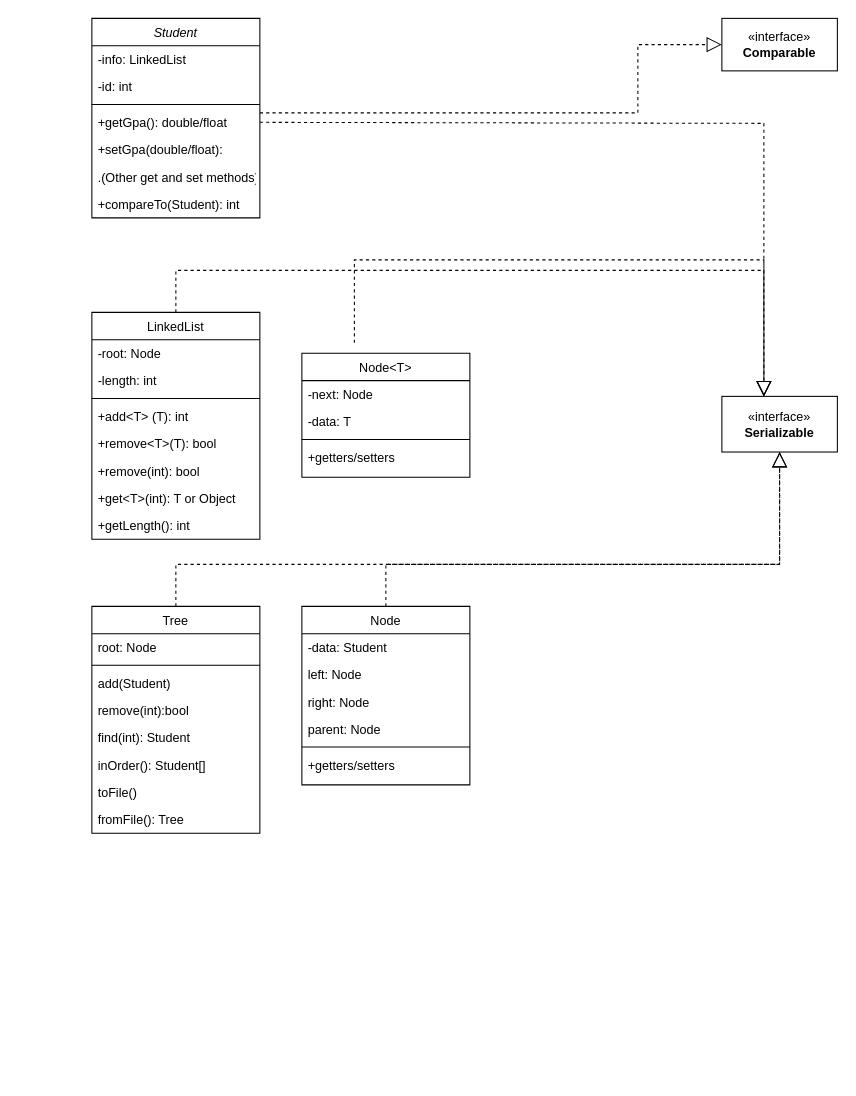
Earlier version of the draw.io diagram DSA Project UML.drawio (Pearow/DSA-Project). Source tidied: cells renumbered, new cells numbered last; positions are measured from the earlier drawing's top-left corner, leaving out a move shared by most shapes. Both pictures are drawn from the tidied source at 105%, with x=0, y=0 at pixel (91, 18).
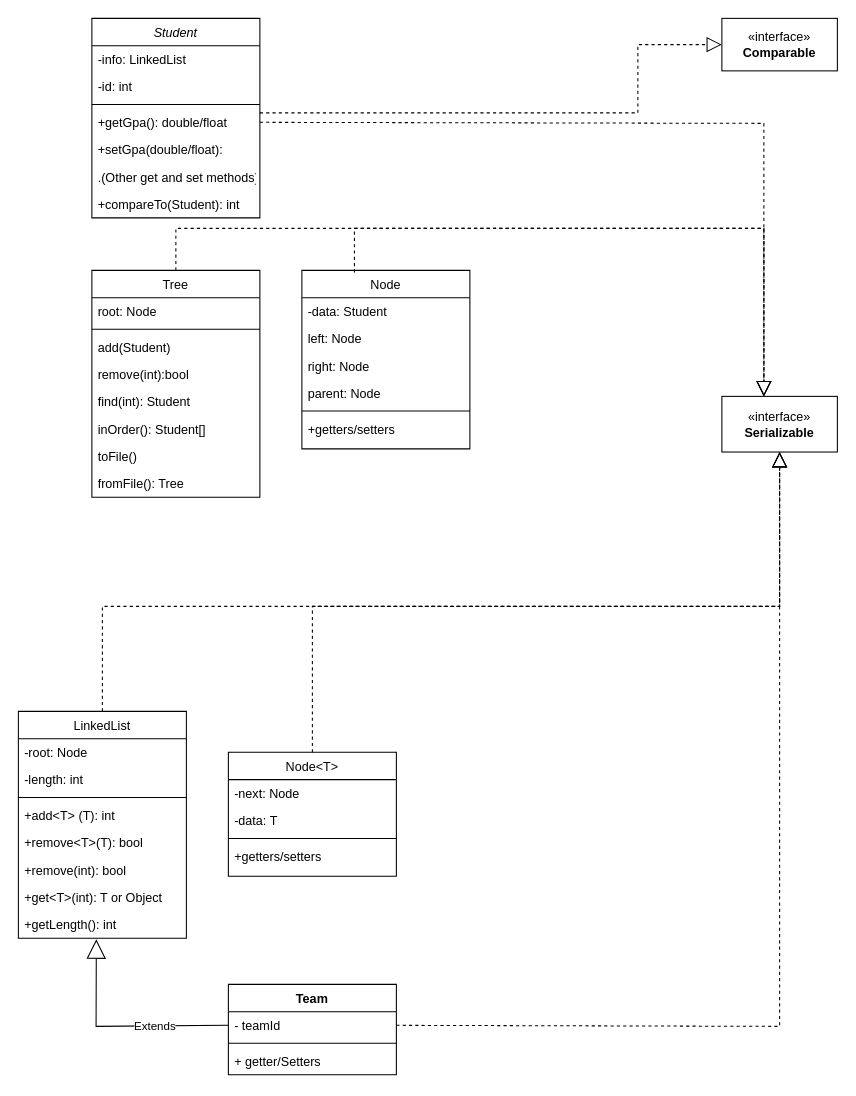
The same page after the edit.

The change refers to these unchanged cells:
```xml
<mxCell id="18" value="+getLength(): int" style="text;align=left;verticalAlign=top;spacingLeft=4;spacingRight=4;overflow=hidden;points=[[0,0.5],[1,0.5]];portConstraint=eastwest;" parent="10" vertex="1">
  <mxGeometry y="190" width="160" height="26" as="geometry" />
</mxCell>
<mxCell id="40" value="«interface»&lt;br&gt;&lt;b&gt;Serializable&lt;br&gt;&lt;/b&gt;" style="html=1;whiteSpace=wrap;" parent="1" vertex="1">
  <mxGeometry x="600" y="360" width="110" height="53" as="geometry" />
</mxCell>
```

Change to the diagram source:
```diff
@@
     <mxCell id="10" value="LinkedList" style="swimlane;fontStyle=0;align=center;verticalAlign=top;horizontal=1;startSize=26;rounded=0;shadow=0;strokeWidth=1;" parent="1" vertex="1">
-      <mxGeometry y="280" width="160" height="216" as="geometry" />
+      <mxGeometry x="-70" y="660" width="160" height="216" as="geometry" />
     </mxCell>
@@
     <mxCell id="19" value="Node&lt;T&gt;" style="swimlane;fontStyle=0;align=center;verticalAlign=top;horizontal=1;startSize=26;rounded=0;shadow=0;strokeWidth=1;" parent="1" vertex="1">
-      <mxGeometry x="200" y="319" width="160" height="118" as="geometry" />
+      <mxGeometry x="130" y="699" width="160" height="118" as="geometry" />
     </mxCell>
@@
     <mxCell id="24" value="Tree" style="swimlane;fontStyle=0;align=center;verticalAlign=top;horizontal=1;startSize=26;rounded=0;shadow=0;strokeWidth=1;" parent="1" vertex="1">
-      <mxGeometry y="560" width="160" height="216" as="geometry" />
+      <mxGeometry y="240" width="160" height="216" as="geometry" />
     </mxCell>
@@
     <mxCell id="33" value="Node" style="swimlane;fontStyle=0;align=center;verticalAlign=top;horizontal=1;startSize=26;rounded=0;shadow=0;strokeWidth=1;" parent="1" vertex="1">
-      <mxGeometry x="200" y="560" width="160" height="170" as="geometry" />
+      <mxGeometry x="200" y="240" width="160" height="170" as="geometry" />
     </mxCell>
@@
-    <mxCell id="44" style="endArrow=block;dashed=1;endFill=0;endSize=12;html=1;rounded=0;exitX=0.5;exitY=0;exitDx=0;exitDy=0;" parent="1" edge="1" source="10">
+    <mxCell id="44" style="endArrow=block;dashed=1;endFill=0;endSize=12;html=1;rounded=0;exitX=0.5;exitY=0;exitDx=0;exitDy=0;entryX=0.5;entryY=1;entryDx=0;entryDy=0;" parent="1" edge="1" source="10" target="40">
       <mxGeometry relative="1" as="geometry">
-        <mxPoint x="640" y="360" as="targetPoint" />
         <Array as="points">
-          <mxPoint x="80" y="240" />
-          <mxPoint x="640" y="240" />
+          <mxPoint x="10" y="560" />
+          <mxPoint x="655" y="560" />
         </Array>
       </mxGeometry>
     </mxCell>
-    <mxCell id="45" style="endArrow=block;dashed=1;endFill=0;endSize=12;html=1;rounded=0;exitX=0.5;exitY=0;exitDx=0;exitDy=0;entryX=0.5;entryY=1;entryDx=0;entryDy=0;" parent="1" edge="1" source="33" target="40">
+    <mxCell id="45" style="endArrow=block;dashed=1;endFill=0;endSize=12;html=1;rounded=0;exitX=0.5;exitY=0;exitDx=0;exitDy=0;entryX=0.5;entryY=1;entryDx=0;entryDy=0;" parent="1" edge="1" source="19" target="40">
       <mxGeometry relative="1" as="geometry">
         <Array as="points">
-          <mxPoint x="280" y="520" />
-          <mxPoint x="655" y="520" />
+          <mxPoint x="210" y="560" />
+          <mxPoint x="440" y="560" />
+          <mxPoint x="655" y="560" />
         </Array>
       </mxGeometry>
     </mxCell>
-    <mxCell id="46" style="endArrow=block;dashed=1;endFill=0;endSize=12;html=1;rounded=0;exitX=0.5;exitY=0;exitDx=0;exitDy=0;entryX=0.5;entryY=1;entryDx=0;entryDy=0;" parent="1" edge="1" source="24" target="40">
+    <mxCell id="46" style="endArrow=block;dashed=1;endFill=0;endSize=12;html=1;rounded=0;exitX=0.5;exitY=0;exitDx=0;exitDy=0;" parent="1" edge="1" source="24">
       <mxGeometry relative="1" as="geometry">
+        <mxPoint x="640" y="360" as="targetPoint" />
         <Array as="points">
-          <mxPoint x="80" y="520" />
-          <mxPoint x="655" y="520" />
+          <mxPoint x="80" y="200" />
+          <mxPoint x="640" y="200" />
         </Array>
       </mxGeometry>
     </mxCell>
-    <mxCell id="47" style="endArrow=block;dashed=1;endFill=0;endSize=12;html=1;rounded=0;exitX=0.5;exitY=0;exitDx=0;exitDy=0;entryX=0.364;entryY=0;entryDx=0;entryDy=0;entryPerimeter=0;" parent="1" edge="1" target="40">
+    <mxCell id="47" style="endArrow=block;dashed=1;endFill=0;endSize=12;html=1;rounded=0;entryX=0.364;entryY=0;entryDx=0;entryDy=0;entryPerimeter=0;exitX=0.313;exitY=0.012;exitDx=0;exitDy=0;exitPerimeter=0;" parent="1" edge="1" source="33" target="40">
       <mxGeometry relative="1" as="geometry">
-        <mxPoint x="250" y="309" as="sourcePoint" />
         <Array as="points">
-          <mxPoint x="250" y="230" />
-          <mxPoint x="640" y="230" />
+          <mxPoint x="250" y="200" />
+          <mxPoint x="450" y="200" />
+          <mxPoint x="640" y="200" />
         </Array>
       </mxGeometry>
     </mxCell>
+    <mxCell id="48" value="Team" style="swimlane;fontStyle=1;align=center;verticalAlign=top;horizontal=1;startSize=26;whiteSpace=wrap;html=1;" parent="1" vertex="1">
+      <mxGeometry x="130" y="920" width="160" height="86" as="geometry" />
+    </mxCell>
+    <mxCell id="49" value="- teamId" style="text;strokeColor=none;fillColor=none;align=left;verticalAlign=top;spacingLeft=4;spacingRight=4;overflow=hidden;points=[[0,0.5],[1,0.5]];portConstraint=eastwest;whiteSpace=wrap;html=1;" parent="48" vertex="1">
+      <mxGeometry y="26" width="160" height="26" as="geometry" />
+    </mxCell>
+    <mxCell id="50" style="line;strokeWidth=1;fillColor=none;align=left;verticalAlign=middle;spacingTop=-1;spacingLeft=3;spacingRight=3;labelPosition=right;strokeColor=inherit;" parent="48" vertex="1">
+      <mxGeometry y="52" width="160" height="8" as="geometry" />
+    </mxCell>
+    <mxCell id="51" value="+ getter/Setters" style="text;strokeColor=none;fillColor=none;align=left;verticalAlign=top;spacingLeft=4;spacingRight=4;overflow=hidden;whiteSpace=wrap;html=1;" parent="48" vertex="1">
+      <mxGeometry y="60" width="160" height="26" as="geometry" />
+    </mxCell>
+    <mxCell id="52" style="endArrow=block;dashed=1;endFill=0;endSize=12;html=1;rounded=0;exitX=1;exitY=0.5;exitDx=0;exitDy=0;entryX=0.5;entryY=1;entryDx=0;entryDy=0;" parent="1" edge="1" source="49" target="40">
+      <mxGeometry relative="1" as="geometry">
+        <Array as="points">
+          <mxPoint x="655" y="960" />
+          <mxPoint x="655" y="560" />
+        </Array>
+      </mxGeometry>
+    </mxCell>
+    <mxCell id="53" value="Extends" style="endArrow=block;endSize=16;endFill=0;html=1;rounded=0;exitX=0;exitY=0.5;exitDx=0;exitDy=0;entryX=0.464;entryY=1.043;entryDx=0;entryDy=0;entryPerimeter=0;" parent="1" edge="1" source="49" target="18">
+      <mxGeometry x="-0.33" relative="1" as="geometry">
+        <Array as="points">
+          <mxPoint x="4" y="960" />
+        </Array>
+      </mxGeometry>
+    </mxCell>
```
